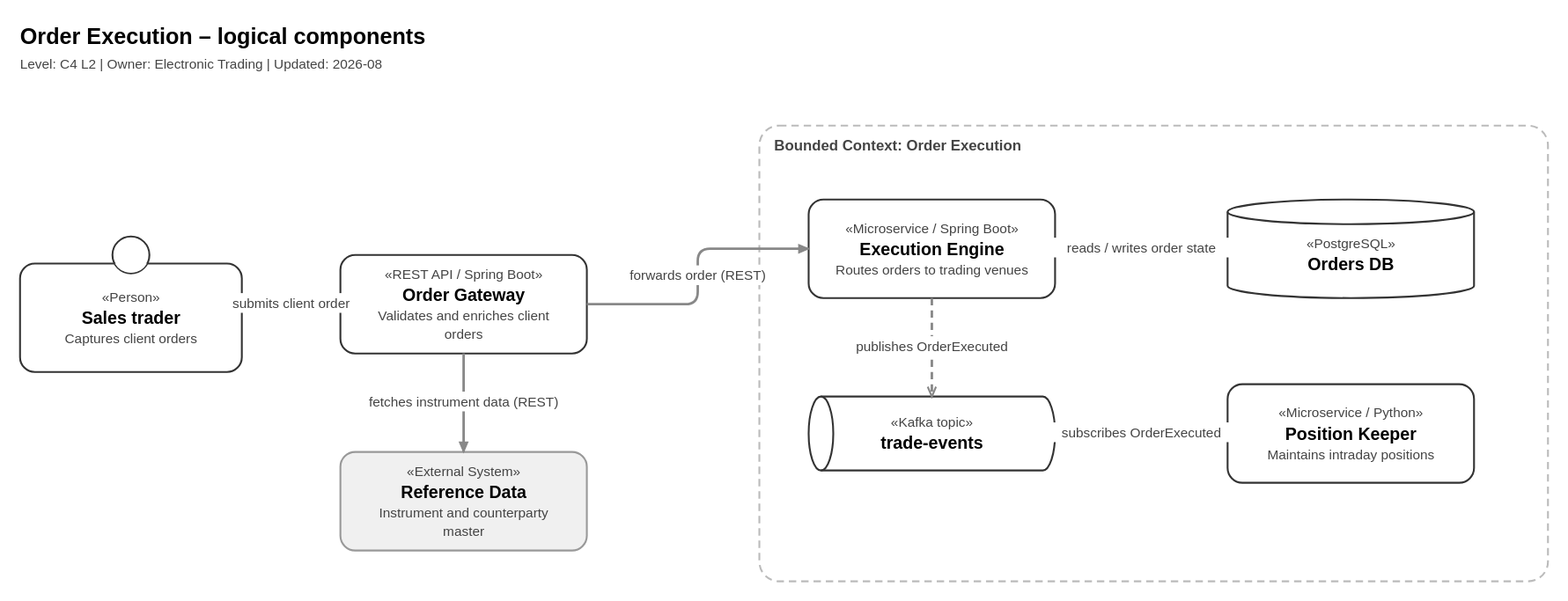
Above: examples/components-example.drawio.svg in wojciech-ruchlewicz/drawio-architecture-kit (draw.io), before the change. Source tidied: cells renumbered, new cells last; positions are measured from the earlier drawing's top-left corner, leaving out a move shared by most shapes.
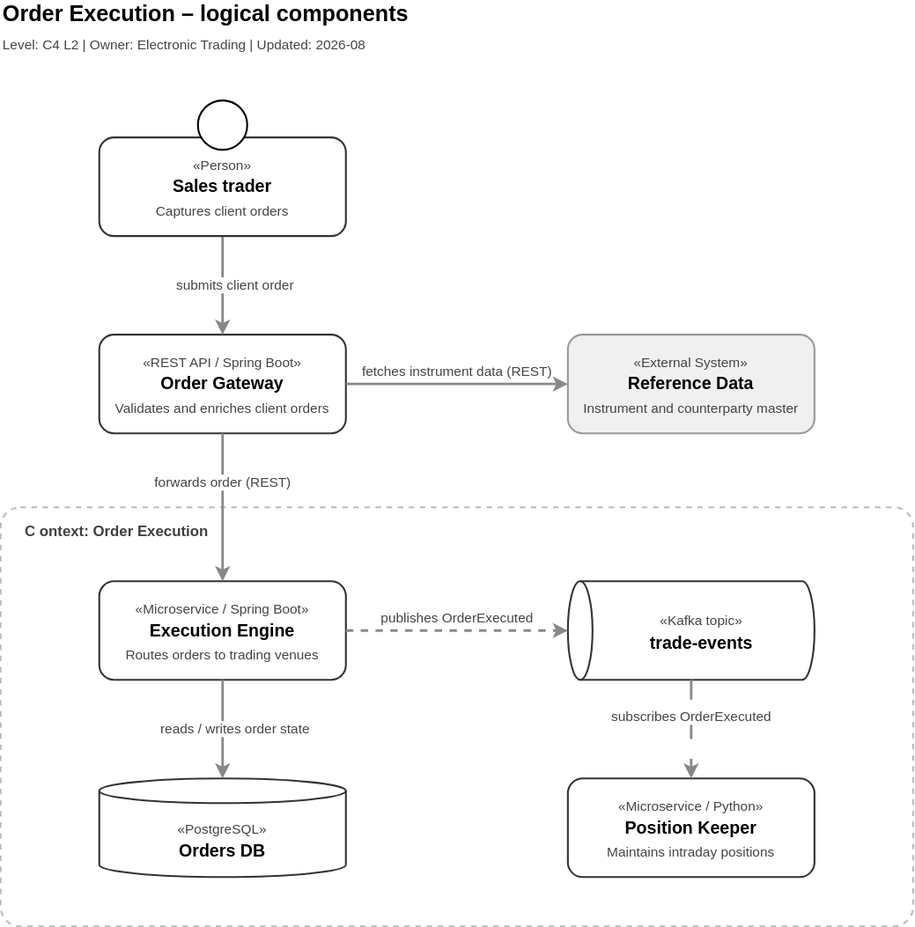
The same diagram one commit later.

Change to the diagram source:
```diff
@@ -3,52 +3,60 @@
     <mxCell id="0" />
     <mxCell id="1" parent="0" />
     <mxCell id="2" value="Order Execution – logical components" style="text;html=1;align=left;verticalAlign=middle;fontFamily=Helvetica;fontSize=18;fontColor=#000000;fontStyle=1;" parent="1" vertex="1">
-      <mxGeometry width="800" height="26" as="geometry" />
+      <mxGeometry y="16" width="360" height="20" as="geometry" />
     </mxCell>
     <mxCell id="3" value="Level: C4 L2 | Owner: Electronic Trading | Updated: 2026-08" style="text;html=1;align=left;verticalAlign=middle;fontFamily=Helvetica;fontSize=11;fontColor=#444444;" parent="1" vertex="1">
-      <mxGeometry y="28" width="800" height="16" as="geometry" />
+      <mxGeometry y="46" width="360" height="10" as="geometry" />
     </mxCell>
-    <mxCell id="4" value="&lt;div style=&quot;line-height:1.3&quot;&gt;&lt;font style=&quot;font-size:11px;color:#444444&quot;&gt;&amp;laquo;Person&amp;raquo;&lt;/font&gt;&lt;br&gt;&lt;b style=&quot;font-size:14px;color:#000000&quot;&gt;Sales trader&lt;/b&gt;&lt;br&gt;&lt;font style=&quot;font-size:11px;color:#444444&quot;&gt;Captures client orders&lt;/font&gt;&lt;/div&gt;" style="shape=mxgraph.c4.person;whiteSpace=wrap;html=1;strokeWidth=1.5;fontFamily=Helvetica;fontSize=14;fontColor=#000000;align=center;verticalAlign=middle;shadow=0;fillColor=#FFFFFF;strokeColor=#333333;" parent="1" vertex="1">
-      <mxGeometry y="176" width="180" height="110" as="geometry" />
-    </mxCell>
     <mxCell id="5" value="&lt;div style=&quot;line-height:1.3&quot;&gt;&lt;font style=&quot;font-size:11px;color:#444444&quot;&gt;&amp;laquo;REST API / Spring Boot&amp;raquo;&lt;/font&gt;&lt;br&gt;&lt;b style=&quot;font-size:14px;color:#000000&quot;&gt;Order Gateway&lt;/b&gt;&lt;br&gt;&lt;font style=&quot;font-size:11px;color:#444444&quot;&gt;Validates and enriches client orders&lt;/font&gt;&lt;/div&gt;" style="rounded=1;absoluteArcSize=1;arcSize=24;whiteSpace=wrap;html=1;strokeWidth=1.5;fontFamily=Helvetica;fontSize=14;fontColor=#000000;align=center;verticalAlign=middle;spacingLeft=6;spacingRight=6;shadow=0;fillColor=#FFFFFF;strokeColor=#333333;" parent="1" vertex="1">
-      <mxGeometry x="260" y="191" width="200" height="80" as="geometry" />
+      <mxGeometry x="80" y="286" width="200" height="80" as="geometry" />
     </mxCell>
-    <mxCell id="6" value="Bounded Context: Order Execution" style="rounded=1;absoluteArcSize=1;arcSize=32;whiteSpace=wrap;html=1;strokeWidth=1.5;fontFamily=Helvetica;fontSize=12;fontStyle=1;fontColor=#444444;align=left;verticalAlign=top;spacingLeft=12;spacingTop=4;shadow=0;fillColor=none;strokeColor=#BBBBBB;dashed=1;dashPattern=8 4;" parent="1" vertex="1">
-      <mxGeometry x="600" y="86" width="640" height="370" as="geometry" />
+    <mxCell id="6" value="C&lt;span style=&quot;color: rgb(63, 63, 63); background-color: transparent;&quot;&gt;ontext: Order Execution&lt;/span&gt;" style="rounded=1;absoluteArcSize=1;arcSize=32;whiteSpace=wrap;html=1;strokeWidth=1.5;fontFamily=Helvetica;fontSize=12;fontStyle=1;fontColor=#444444;align=left;verticalAlign=top;spacingLeft=20;spacingTop=8;shadow=0;fillColor=none;strokeColor=#BBBBBB;dashed=1;spacing=0;" parent="1" vertex="1">
+      <mxGeometry y="426" width="740" height="340" as="geometry" />
     </mxCell>
     <mxCell id="7" value="&lt;div style=&quot;line-height:1.3&quot;&gt;&lt;font style=&quot;font-size:11px;color:#444444&quot;&gt;&amp;laquo;Microservice / Spring Boot&amp;raquo;&lt;/font&gt;&lt;br&gt;&lt;b style=&quot;font-size:14px;color:#000000&quot;&gt;Execution Engine&lt;/b&gt;&lt;br&gt;&lt;font style=&quot;font-size:11px;color:#444444&quot;&gt;Routes orders to trading venues&lt;/font&gt;&lt;/div&gt;" style="rounded=1;absoluteArcSize=1;arcSize=24;whiteSpace=wrap;html=1;strokeWidth=1.5;fontFamily=Helvetica;fontSize=14;fontColor=#000000;align=center;verticalAlign=middle;spacingLeft=6;spacingRight=6;shadow=0;fillColor=#FFFFFF;strokeColor=#333333;" parent="6" vertex="1">
-      <mxGeometry x="40" y="60" width="200" height="80" as="geometry" />
+      <mxGeometry x="80" y="60" width="200" height="80" as="geometry" />
     </mxCell>
     <mxCell id="8" value="&lt;div style=&quot;line-height:1.3&quot;&gt;&lt;font style=&quot;font-size:11px;color:#444444&quot;&gt;&amp;laquo;PostgreSQL&amp;raquo;&lt;/font&gt;&lt;br&gt;&lt;b style=&quot;font-size:14px;color:#000000&quot;&gt;Orders DB&lt;/b&gt;&lt;/div&gt;" style="shape=cylinder3;boundedLbl=1;backgroundOutline=1;size=10;whiteSpace=wrap;html=1;strokeWidth=1.5;fontFamily=Helvetica;fontSize=14;fontColor=#000000;align=center;verticalAlign=middle;shadow=0;fillColor=#FFFFFF;strokeColor=#333333;" parent="6" vertex="1">
-      <mxGeometry x="380" y="60" width="200" height="80" as="geometry" />
+      <mxGeometry x="80" y="220" width="200" height="80" as="geometry" />
     </mxCell>
     <mxCell id="9" value="&lt;div style=&quot;line-height:1.3&quot;&gt;&lt;font style=&quot;font-size:11px;color:#444444&quot;&gt;&amp;laquo;Kafka topic&amp;raquo;&lt;/font&gt;&lt;br&gt;&lt;b style=&quot;font-size:14px;color:#000000&quot;&gt;trade-events&lt;/b&gt;&lt;/div&gt;" style="shape=cylinder3;boundedLbl=1;backgroundOutline=1;size=10;direction=north;whiteSpace=wrap;html=1;strokeWidth=1.5;fontFamily=Helvetica;fontSize=14;fontColor=#000000;align=center;verticalAlign=middle;shadow=0;fillColor=#FFFFFF;strokeColor=#333333;" parent="6" vertex="1">
-      <mxGeometry x="40" y="220" width="200" height="60" as="geometry" />
+      <mxGeometry x="460" y="60" width="200" height="80" as="geometry" />
     </mxCell>
     <mxCell id="10" value="&lt;div style=&quot;line-height:1.3&quot;&gt;&lt;font style=&quot;font-size:11px;color:#444444&quot;&gt;&amp;laquo;Microservice / Python&amp;raquo;&lt;/font&gt;&lt;br&gt;&lt;b style=&quot;font-size:14px;color:#000000&quot;&gt;Position Keeper&lt;/b&gt;&lt;br&gt;&lt;font style=&quot;font-size:11px;color:#444444&quot;&gt;Maintains intraday positions&lt;/font&gt;&lt;/div&gt;" style="rounded=1;absoluteArcSize=1;arcSize=24;whiteSpace=wrap;html=1;strokeWidth=1.5;fontFamily=Helvetica;fontSize=14;fontColor=#000000;align=center;verticalAlign=middle;spacingLeft=6;spacingRight=6;shadow=0;fillColor=#FFFFFF;strokeColor=#333333;" parent="6" vertex="1">
-      <mxGeometry x="380" y="210" width="200" height="80" as="geometry" />
+      <mxGeometry x="460" y="220" width="200" height="80" as="geometry" />
     </mxCell>
+    <mxCell id="16" value="subscribes OrderExecuted" style="edgeStyle=orthogonalEdgeStyle;rounded=1;arcSize=10;html=1;jumpStyle=gap;jumpSize=6;fontFamily=Helvetica;fontSize=11;fontColor=#444444;labelBackgroundColor=#FFFFFF;strokeWidth=2;strokeColor=#888888;endArrow=classic;endFill=1;endSize=6;dashed=1;dashPattern=8 8;" parent="6" edge="1" source="9" target="10">
+      <mxGeometry x="-0.25" relative="1" as="geometry" />
+    </mxCell>
+    <mxCell id="14" value="reads / writes order state" style="edgeStyle=orthogonalEdgeStyle;rounded=1;arcSize=10;html=1;jumpStyle=gap;jumpSize=8;fontFamily=Helvetica;fontSize=11;fontColor=#444444;labelBackgroundColor=#FFFFFF;strokeWidth=2;strokeColor=#888888;endArrow=classic;endFill=1;endSize=6;" parent="6" edge="1" source="7" target="8">
+      <mxGeometry y="10" relative="1" as="geometry">
+        <Array as="points">
+          <mxPoint x="180" y="200" />
+          <mxPoint x="180" y="200" />
+        </Array>
+      </mxGeometry>
+    </mxCell>
+    <mxCell id="15" value="publishes OrderExecuted" style="edgeStyle=orthogonalEdgeStyle;rounded=1;arcSize=10;html=1;jumpStyle=gap;jumpSize=6;fontFamily=Helvetica;fontSize=11;fontColor=#444444;labelBackgroundColor=#FFFFFF;strokeWidth=2;strokeColor=#888888;endArrow=classic;endFill=1;endSize=6;dashed=1;" parent="6" edge="1" source="7" target="9">
+      <mxGeometry y="10" relative="1" as="geometry" />
+    </mxCell>
     <mxCell id="11" value="&lt;div style=&quot;line-height:1.3&quot;&gt;&lt;font style=&quot;font-size:11px;color:#444444&quot;&gt;&amp;laquo;External System&amp;raquo;&lt;/font&gt;&lt;br&gt;&lt;b style=&quot;font-size:14px;color:#000000&quot;&gt;Reference Data&lt;/b&gt;&lt;br&gt;&lt;font style=&quot;font-size:11px;color:#444444&quot;&gt;Instrument and counterparty master&lt;/font&gt;&lt;/div&gt;" style="rounded=1;absoluteArcSize=1;arcSize=24;whiteSpace=wrap;html=1;strokeWidth=1.5;fontFamily=Helvetica;fontSize=14;fontColor=#000000;align=center;verticalAlign=middle;spacingLeft=6;spacingRight=6;shadow=0;fillColor=#F0F0F0;strokeColor=#999999;" parent="1" vertex="1">
-      <mxGeometry x="260" y="351" width="200" height="80" as="geometry" />
+      <mxGeometry x="460" y="286" width="200" height="80" as="geometry" />
     </mxCell>
-    <mxCell id="12" value="submits client order" style="edgeStyle=orthogonalEdgeStyle;rounded=1;arcSize=10;html=1;jumpStyle=arc;jumpSize=8;fontFamily=Helvetica;fontSize=11;fontColor=#444444;labelBackgroundColor=#FFFFFF;strokeWidth=2;strokeColor=#888888;endArrow=blockThin;endFill=1;endSize=6;exitX=1;exitY=0.5;exitDx=0;exitDy=0;entryX=0;entryY=0.5;entryDx=0;entryDy=0;" parent="1" edge="1" source="4" target="5">
-      <mxGeometry relative="1" as="geometry" />
+    <mxCell id="12" value="submits client order" style="edgeStyle=orthogonalEdgeStyle;rounded=1;arcSize=10;html=1;jumpStyle=gap;jumpSize=8;fontFamily=Helvetica;fontSize=11;fontColor=#444444;labelBackgroundColor=#FFFFFF;strokeWidth=2;strokeColor=#888888;endArrow=classic;endFill=1;endSize=6;" parent="1" edge="1" source="4" target="5">
+      <mxGeometry y="10" relative="1" as="geometry" />
     </mxCell>
-    <mxCell id="13" value="forwards order (REST)" style="edgeStyle=orthogonalEdgeStyle;rounded=1;arcSize=10;html=1;jumpStyle=arc;jumpSize=8;fontFamily=Helvetica;fontSize=11;fontColor=#444444;labelBackgroundColor=#FFFFFF;strokeWidth=2;strokeColor=#888888;endArrow=blockThin;endFill=1;endSize=6;exitX=1;exitY=0.5;exitDx=0;exitDy=0;entryX=0;entryY=0.5;entryDx=0;entryDy=0;" parent="1" edge="1" source="5" target="7">
-      <mxGeometry relative="1" as="geometry" />
+    <mxCell id="13" value="forwards order (REST)" style="edgeStyle=orthogonalEdgeStyle;rounded=1;arcSize=10;html=1;jumpStyle=gap;jumpSize=8;fontFamily=Helvetica;fontSize=11;fontColor=#444444;labelBackgroundColor=#FFFFFF;strokeWidth=2;strokeColor=#888888;endArrow=classic;endFill=1;endSize=6;" parent="1" edge="1" source="5" target="7">
+      <mxGeometry x="-0.33" relative="1" as="geometry" />
     </mxCell>
-    <mxCell id="14" value="reads / writes order state" style="edgeStyle=orthogonalEdgeStyle;rounded=1;arcSize=10;html=1;jumpStyle=arc;jumpSize=8;fontFamily=Helvetica;fontSize=11;fontColor=#444444;labelBackgroundColor=#FFFFFF;strokeWidth=2;strokeColor=#888888;endArrow=blockThin;endFill=1;endSize=6;exitX=1;exitY=0.5;exitDx=0;exitDy=0;entryX=0;entryY=0.5;entryDx=0;entryDy=0;" parent="1" edge="1" source="7" target="8">
-      <mxGeometry relative="1" as="geometry" />
-    </mxCell>
-    <mxCell id="15" value="publishes OrderExecuted" style="edgeStyle=orthogonalEdgeStyle;rounded=1;arcSize=10;html=1;jumpStyle=arc;jumpSize=8;fontFamily=Helvetica;fontSize=11;fontColor=#444444;labelBackgroundColor=#FFFFFF;strokeWidth=2;strokeColor=#888888;endArrow=open;endFill=0;endSize=8;dashed=1;dashPattern=6 4;exitX=0.5;exitY=1;exitDx=0;exitDy=0;entryX=0.5;entryY=0;entryDx=0;entryDy=0;" parent="1" edge="1" source="7" target="9">
-      <mxGeometry relative="1" as="geometry" />
-    </mxCell>
-    <mxCell id="16" value="subscribes OrderExecuted" style="edgeStyle=orthogonalEdgeStyle;rounded=1;arcSize=10;html=1;jumpStyle=arc;jumpSize=8;fontFamily=Helvetica;fontSize=11;fontColor=#444444;labelBackgroundColor=#FFFFFF;strokeWidth=2;strokeColor=#888888;endArrow=open;endFill=0;endSize=8;dashed=1;dashPattern=6 4;exitX=1;exitY=0.5;exitDx=0;exitDy=0;entryX=0;entryY=0.5;entryDx=0;entryDy=0;" parent="1" edge="1" source="9" target="10">
-      <mxGeometry relative="1" as="geometry" />
-    </mxCell>
-    <mxCell id="17" value="fetches instrument data (REST)" style="edgeStyle=orthogonalEdgeStyle;rounded=1;arcSize=10;html=1;jumpStyle=arc;jumpSize=8;fontFamily=Helvetica;fontSize=11;fontColor=#444444;labelBackgroundColor=#FFFFFF;strokeWidth=2;strokeColor=#888888;endArrow=blockThin;endFill=1;endSize=6;exitX=0.5;exitY=1;exitDx=0;exitDy=0;entryX=0.5;entryY=0;entryDx=0;entryDy=0;" parent="1" edge="1" source="5" target="11">
-      <mxGeometry relative="1" as="geometry" />
+    <mxCell id="17" value="fetches instrument data (REST)" style="edgeStyle=orthogonalEdgeStyle;rounded=1;arcSize=10;html=1;jumpStyle=gap;jumpSize=8;fontFamily=Helvetica;fontSize=11;fontColor=#444444;labelBackgroundColor=#FFFFFF;strokeWidth=2;strokeColor=#888888;endArrow=classic;endFill=1;endSize=6;" parent="1" edge="1" source="5" target="11">
+      <mxGeometry y="10" relative="1" as="geometry" />
     </mxCell>
+    <mxCell id="4" value="&lt;div style=&quot;line-height:1.3&quot;&gt;&lt;font style=&quot;scrollbar-color: rgb(226, 226, 226) rgb(251, 251, 251); font-size: 11px; color: rgb(68, 68, 68);&quot;&gt;«Person»&lt;/font&gt;&lt;br style=&quot;color: rgb(63, 63, 63); scrollbar-color: rgb(226, 226, 226) rgb(251, 251, 251);&quot;&gt;&lt;b style=&quot;scrollbar-color: rgb(226, 226, 226) rgb(251, 251, 251); color: rgb(0, 0, 0);&quot;&gt;Sales trader&lt;/b&gt;&lt;br style=&quot;color: rgb(63, 63, 63); scrollbar-color: rgb(226, 226, 226) rgb(251, 251, 251);&quot;&gt;&lt;font style=&quot;scrollbar-color: rgb(226, 226, 226) rgb(251, 251, 251); font-size: 11px; color: rgb(68, 68, 68);&quot;&gt;Captures client orders&lt;/font&gt;&lt;/div&gt;" style="rounded=1;absoluteArcSize=1;arcSize=24;whiteSpace=wrap;html=1;strokeWidth=1.5;fontFamily=Helvetica;fontSize=14;fontColor=#000000;align=center;verticalAlign=middle;spacingLeft=6;spacingRight=6;shadow=0;fillColor=#FFFFFF;strokeColor=#333333;spacing=4;" parent="1" vertex="1">
+      <mxGeometry x="80" y="126" width="200" height="80" as="geometry" />
+    </mxCell>
+    <mxCell id="18" style="ellipse;whiteSpace=wrap;html=1;strokeWidth=1.5;" parent="4" vertex="1">
+      <mxGeometry x="80" y="-30" width="40" height="40" as="geometry" />
+    </mxCell>
   </root>
 </mxGraphModel>
```
